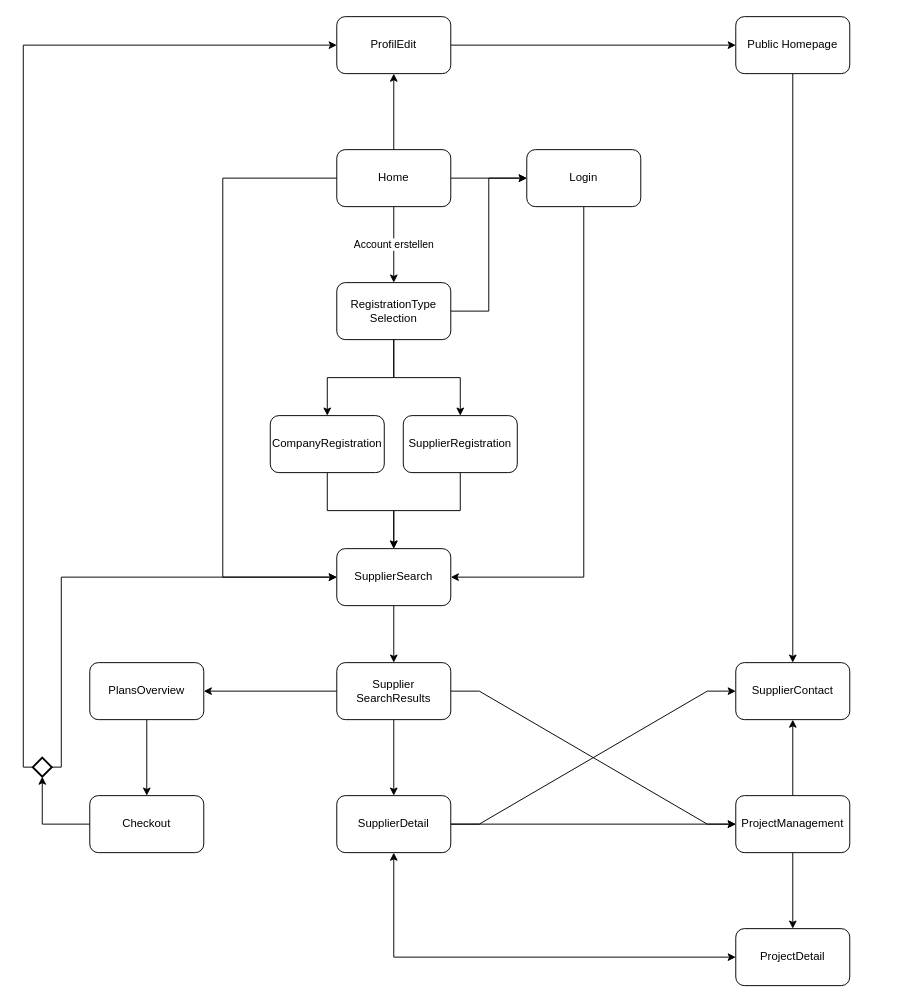
Earlier version of the draw.io diagram sitemap.drawio (glaures/4bw-frontend). Source tidied: cells renumbered, new cells numbered last; positions are measured from the earlier drawing's top-left corner, leaving out a move shared by most shapes. Both pictures are drawn from the tidied source at 95%, with x=0, y=0 at pixel (23, 16).
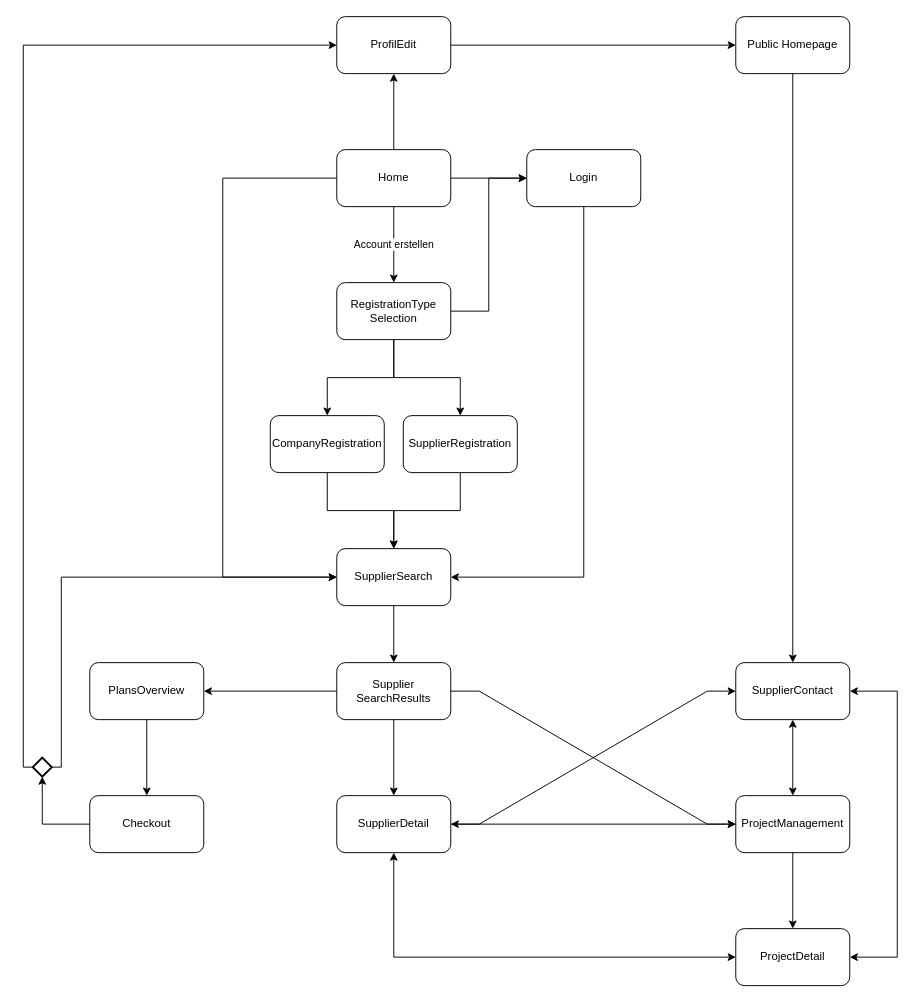
The same page after the edit.

The change refers to these unchanged cells:
```xml
<mxCell id="28" value="SupplierDetail" style="rounded=1;whiteSpace=wrap;html=1;" parent="1" vertex="1">
  <mxGeometry x="330" y="820" width="120" height="60" as="geometry" />
</mxCell>
<mxCell id="37" value="SupplierContact" style="whiteSpace=wrap;html=1;rounded=1;" parent="1" vertex="1">
  <mxGeometry x="750" y="680" width="120" height="60" as="geometry" />
</mxCell>
<mxCell id="40" value="ProjectManagement" style="whiteSpace=wrap;html=1;rounded=1;" parent="1" vertex="1">
  <mxGeometry x="750" y="820" width="120" height="60" as="geometry" />
</mxCell>
<mxCell id="42" value="ProjectDetail" style="whiteSpace=wrap;html=1;rounded=1;" parent="1" vertex="1">
  <mxGeometry x="750" y="960" width="120" height="60" as="geometry" />
</mxCell>
```

Change to the diagram source:
```diff
@@
-    <mxCell id="27" style="edgeStyle=entityRelationEdgeStyle;rounded=0;jettySize=auto;html=1;entryX=0;entryY=0.5;entryDx=0;entryDy=0;" parent="1" edge="1" source="28" target="37">
+    <mxCell id="27" style="edgeStyle=entityRelationEdgeStyle;rounded=0;jettySize=auto;html=1;entryX=0;entryY=0.5;entryDx=0;entryDy=0;startArrow=classic;startFill=1;" parent="1" edge="1" source="28" target="37">
       <mxGeometry relative="1" as="geometry" />
     </mxCell>
@@
+    <mxCell id="43" style="edgeStyle=orthogonalEdgeStyle;rounded=0;jettySize=auto;html=1;entryX=1;entryY=0.5;entryDx=0;entryDy=0;startArrow=classic;startFill=1;" parent="1" edge="1" source="37" target="42">
+      <mxGeometry relative="1" as="geometry">
+        <Array as="points">
+          <mxPoint x="920" y="710" />
+          <mxPoint x="920" y="990" />
+        </Array>
+      </mxGeometry>
+    </mxCell>
@@
-    <mxCell id="38" style="edgeStyle=orthogonalEdgeStyle;rounded=0;jettySize=auto;html=1;entryX=0.5;entryY=1;entryDx=0;entryDy=0;" parent="1" edge="1" source="40" target="37">
+    <mxCell id="38" style="edgeStyle=orthogonalEdgeStyle;rounded=0;jettySize=auto;html=1;entryX=0.5;entryY=1;entryDx=0;entryDy=0;startArrow=classic;startFill=1;" parent="1" edge="1" source="40" target="37">
       <mxGeometry relative="1" as="geometry" />
     </mxCell>
```
